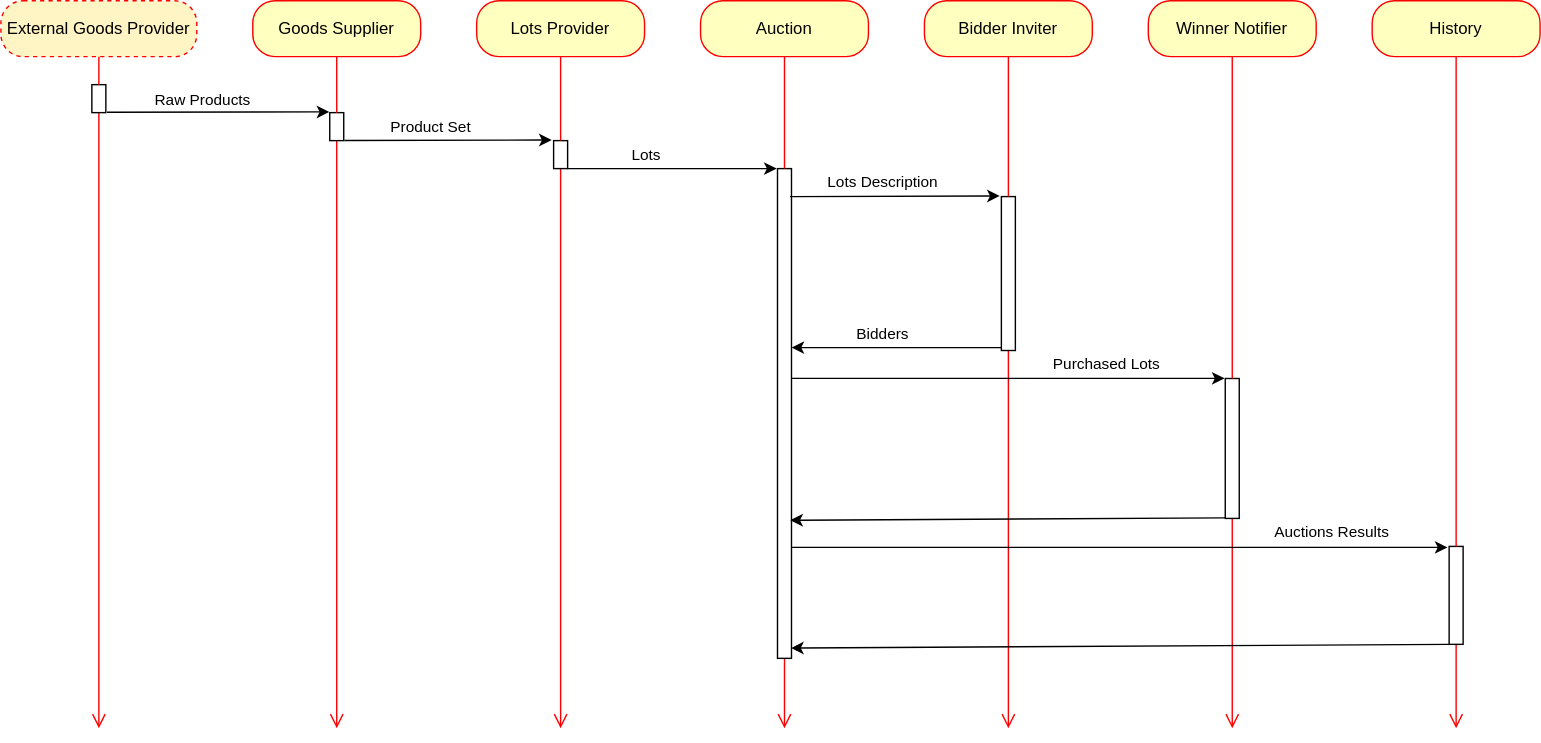
This is SSP_Flow.svg from eutkin/diagrams, a draw.io export, as it was before one commit. Source tidied: cells renumbered, new cells last; positions are measured from the earlier drawing's top-left corner, leaving out a move shared by most shapes.
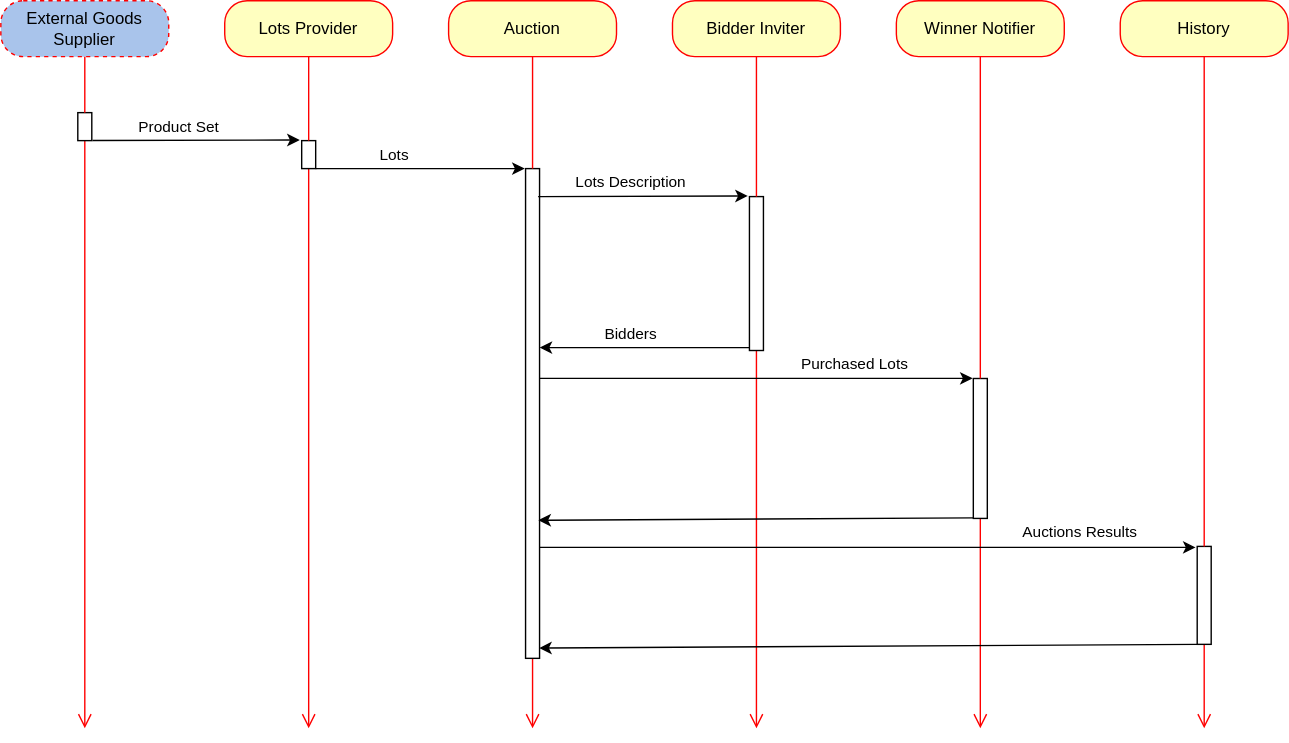
The same diagram one commit later.

What changed in the source:
```diff
@@ -2,7 +2,7 @@
   <root>
     <mxCell id="0" />
     <mxCell id="1" parent="0" />
-    <mxCell id="2" value="Goods Supplier" style="rounded=1;whiteSpace=wrap;html=1;arcSize=40;fontColor=#000000;fillColor=#ffffc0;strokeColor=#ff0000;" parent="1" vertex="1">
+    <mxCell id="2" value="External Goods Supplier" style="rounded=1;whiteSpace=wrap;html=1;arcSize=40;fontColor=#000000;strokeColor=#ff0000;dashed=1;fillColor=#A9C4EB;" parent="1" vertex="1">
       <mxGeometry x="180" width="120" height="40" as="geometry" />
     </mxCell>
     <mxCell id="3" style="edgeStyle=orthogonalEdgeStyle;html=1;verticalAlign=bottom;endArrow=open;endSize=8;strokeColor=#ff0000;" parent="1" edge="1" source="16">
@@ -64,28 +64,6 @@
     <mxCell id="17" style="edgeStyle=orthogonalEdgeStyle;html=1;verticalAlign=bottom;endArrow=none;endSize=8;strokeColor=#ff0000;endFill=0;" parent="1" edge="1" source="2" target="16">
       <mxGeometry relative="1" as="geometry" />
     </mxCell>
-    <mxCell id="18" value="External Goods Provider" style="rounded=1;whiteSpace=wrap;html=1;arcSize=40;fontColor=#000000;strokeColor=#ff0000;fillColor=#FFF4C3;dashed=1;" parent="1" vertex="1">
-      <mxGeometry width="140" height="40" as="geometry" />
-    </mxCell>
-    <mxCell id="19" style="edgeStyle=orthogonalEdgeStyle;html=1;verticalAlign=bottom;endArrow=open;endSize=8;strokeColor=#ff0000;" parent="1" edge="1" source="22">
-      <mxGeometry relative="1" as="geometry">
-        <mxPoint x="70" y="520" as="targetPoint" />
-      </mxGeometry>
-    </mxCell>
-    <mxCell id="20" style="rounded=0;jettySize=auto;html=1;startArrow=none;startFill=0;endArrow=classic;endFill=1;entryX=-0.028;entryY=-0.027;entryDx=0;entryDy=0;entryPerimeter=0;exitX=1.076;exitY=0.988;exitDx=0;exitDy=0;exitPerimeter=0;" parent="1" edge="1" source="22" target="16">
-      <mxGeometry relative="1" as="geometry" />
-    </mxCell>
-    <mxCell id="21" value="Raw Products" style="edgeLabel;html=1;align=center;verticalAlign=middle;" parent="20" vertex="1">
-      <mxGeometry x="-0.14" relative="1" as="geometry">
-        <mxPoint y="-9.5" as="offset" />
-      </mxGeometry>
-    </mxCell>
-    <mxCell id="22" style="html=1;points=[];perimeter=orthogonalPerimeter;fillColor=none;" parent="1" vertex="1">
-      <mxGeometry x="65" y="60" width="10" height="20" as="geometry" />
-    </mxCell>
-    <mxCell id="23" style="edgeStyle=orthogonalEdgeStyle;html=1;verticalAlign=bottom;endArrow=none;endSize=8;strokeColor=#ff0000;startArrow=none;startFill=0;endFill=0;" parent="1" edge="1" source="18" target="22">
-      <mxGeometry relative="1" as="geometry" />
-    </mxCell>
     <mxCell id="24" style="edgeStyle=none;rounded=0;jettySize=auto;html=1;entryX=-0.06;entryY=0;entryDx=0;entryDy=0;entryPerimeter=0;startArrow=none;startFill=0;endArrow=classic;endFill=1;" parent="1" edge="1" source="26" target="34">
       <mxGeometry relative="1" as="geometry" />
     </mxCell>
```
